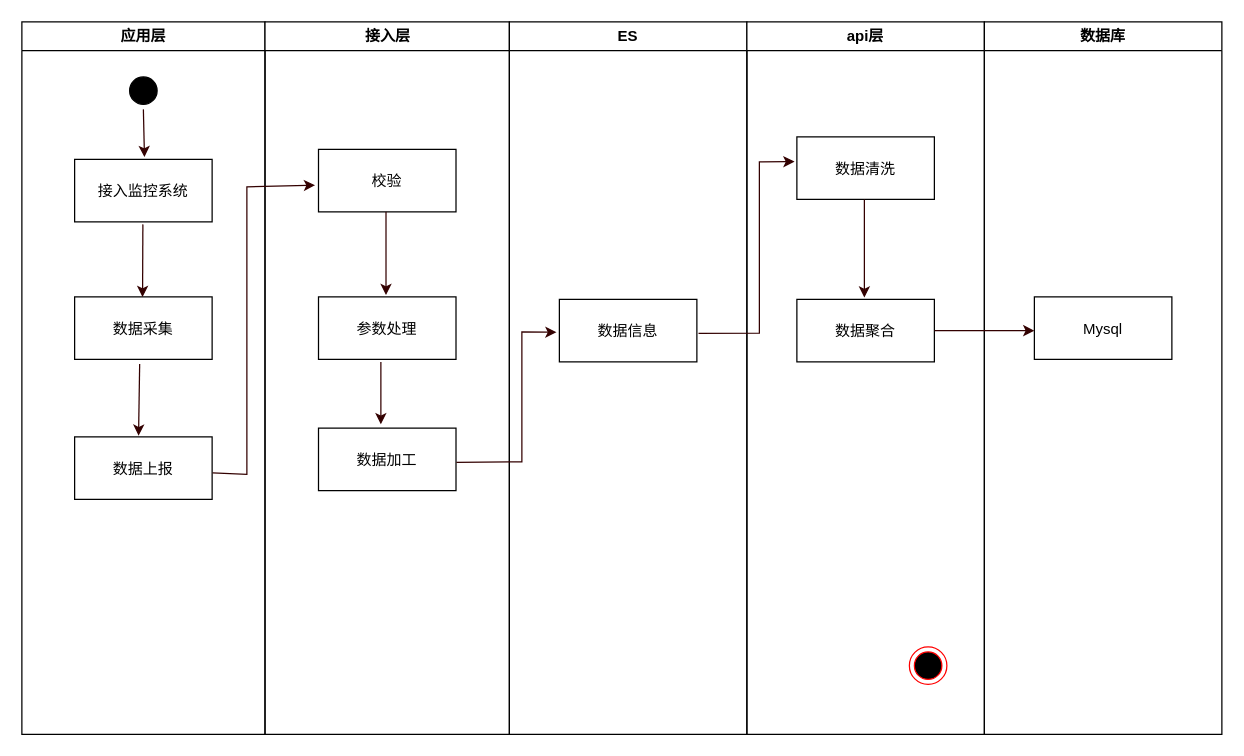
FelixTt/repositoryForDraw.io keeps this draw.io diagram as 前端监控架构.drawio. Above is the earlier version. Source tidied: cells renumbered, new cells numbered last; positions are measured from the earlier drawing's top-left corner, leaving out a move shared by most shapes. Both pictures are drawn from the tidied source at 125%, with x=0, y=0 at pixel (21, 21).
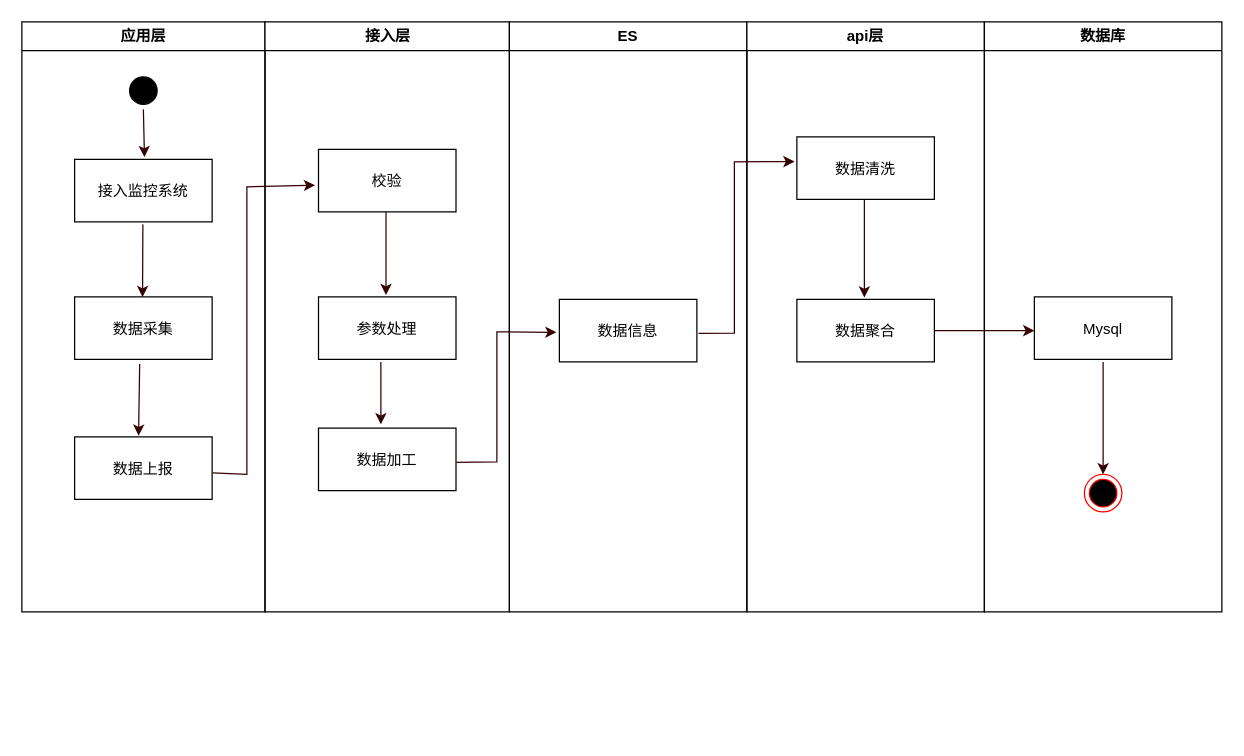
After the change.

Commit message (it also covers changes not shown here):
更新前端监控架构.drawio

Unchanged cells that the change refers to:
```xml
<mxCell id="13" value="数据加工" parent="10" vertex="1">
  <mxGeometry x="42.8" y="325" width="110" height="50" as="geometry" />
</mxCell>
<mxCell id="16" value="数据信息" parent="15" vertex="1">
  <mxGeometry x="40" y="222" width="110" height="50" as="geometry" />
</mxCell>
<mxCell id="19" value="数据清洗" parent="17" vertex="1">
  <mxGeometry x="40" y="92" width="110" height="50" as="geometry" />
</mxCell>
```

What changed in the source:
```diff
@@
     <mxCell id="2" value="应用层" style="swimlane;whiteSpace=wrap;" parent="1" vertex="1">
-      <mxGeometry width="194.5" height="570" as="geometry" />
+      <mxGeometry width="194.5" height="472" as="geometry" />
     </mxCell>
@@
     <mxCell id="10" value="接入层" style="swimlane;whiteSpace=wrap;" parent="1" vertex="1">
-      <mxGeometry x="194.5" width="195.5" height="570" as="geometry" />
+      <mxGeometry x="194.5" width="195.5" height="472" as="geometry" />
     </mxCell>
@@
     <mxCell id="15" value="ES" style="swimlane;whiteSpace=wrap;strokeColor=default;startSize=23;" parent="1" vertex="1">
-      <mxGeometry x="390" width="190" height="570" as="geometry" />
+      <mxGeometry x="390" width="190" height="472" as="geometry" />
     </mxCell>
@@
     <mxCell id="17" value="api层" style="swimlane;whiteSpace=wrap;" parent="1" vertex="1">
-      <mxGeometry x="580" width="190" height="570" as="geometry" />
+      <mxGeometry x="580" width="190" height="472" as="geometry" />
     </mxCell>
-    <mxCell id="18" style="ellipse;shape=endState;fillColor=#000000;strokeColor=#ff0000;" parent="17" vertex="1">
-      <mxGeometry x="130" y="500" width="30" height="30" as="geometry" />
-    </mxCell>
@@
     <mxCell id="24" style="endArrow=classic;html=1;rounded=0;strokeColor=#330000;exitX=1.003;exitY=0.547;exitDx=0;exitDy=0;exitPerimeter=0;entryX=-0.021;entryY=0.527;entryDx=0;entryDy=0;entryPerimeter=0;" parent="1" edge="1" source="13" target="16">
       <mxGeometry relative="1" as="geometry">
         <Array as="points">
-          <mxPoint x="400" y="352" />
-          <mxPoint x="400" y="248" />
+          <mxPoint x="380" y="352" />
+          <mxPoint x="380" y="248" />
         </Array>
       </mxGeometry>
     </mxCell>
     <mxCell id="25" style="endArrow=classic;html=1;rounded=0;strokeColor=#330000;exitX=1.012;exitY=0.544;exitDx=0;exitDy=0;exitPerimeter=0;entryX=-0.017;entryY=0.395;entryDx=0;entryDy=0;entryPerimeter=0;" parent="1" edge="1" source="16" target="19">
       <mxGeometry relative="1" as="geometry">
         <Array as="points">
-          <mxPoint x="590" y="249" />
-          <mxPoint x="590" y="112" />
+          <mxPoint x="570" y="249" />
+          <mxPoint x="570" y="112" />
         </Array>
       </mxGeometry>
     </mxCell>
     <mxCell id="26" value="数据库" style="swimlane;whiteSpace=wrap;strokeColor=default;startSize=23;" parent="1" vertex="1">
-      <mxGeometry x="770" width="190" height="570" as="geometry" />
+      <mxGeometry x="770" width="190" height="472" as="geometry" />
     </mxCell>
@@
+    <mxCell id="18" style="ellipse;shape=endState;fillColor=#000000;strokeColor=#ff0000;" parent="26" vertex="1">
+      <mxGeometry x="80" y="362" width="30" height="30" as="geometry" />
+    </mxCell>
+    <mxCell id="29" style="endArrow=classic;html=1;rounded=0;strokeColor=#330000;" parent="26" edge="1" target="18">
+      <mxGeometry relative="1" as="geometry">
+        <mxPoint x="95" y="272" as="sourcePoint" />
+      </mxGeometry>
+    </mxCell>
```
